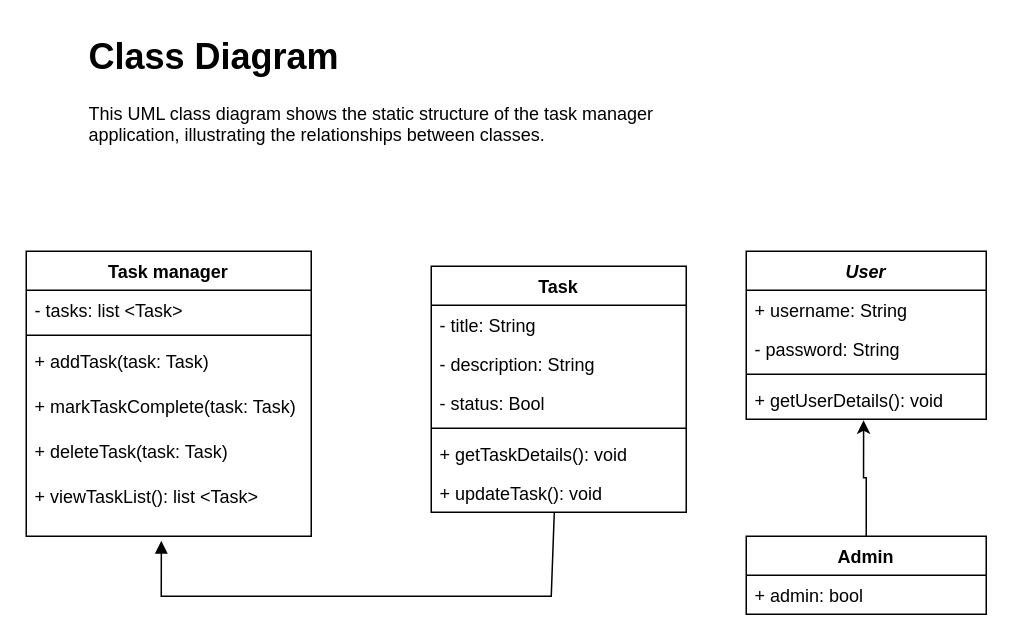
Above: page "Class" (3 of 4) of TaskManager/Task_Manager.drawio in GwinzTV/SoftwareDesign (draw.io), before the change. Source tidied: cells renumbered, new cells numbered last; positions are measured from the earlier drawing's top-left corner, leaving out a move shared by most shapes. Both pictures are drawn from the tidied source at 150%, with x=0, y=0 at pixel (26, 26).
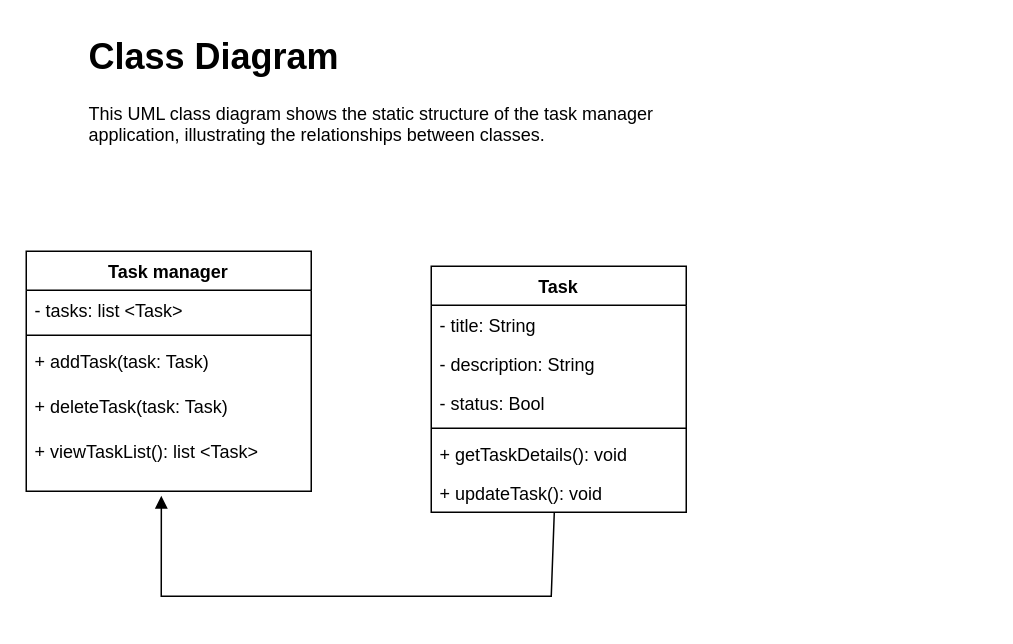
The same diagram, later.

The edit, as a diff of the source:
```diff
@@
     <mxCell id="3" value="Task manager" style="swimlane;fontStyle=1;align=center;verticalAlign=top;horizontal=1;startSize=26;whiteSpace=wrap;html=1;" parent="1" vertex="1">
-      <mxGeometry y="150" width="190" height="190" as="geometry" />
+      <mxGeometry y="150" width="190" height="160" as="geometry" />
     </mxCell>
@@
-    <mxCell id="7" value="+ markTaskComplete(task: Task)" style="text;strokeColor=none;fillColor=none;align=left;verticalAlign=top;spacingLeft=4;spacingRight=4;overflow=hidden;whiteSpace=wrap;html=1;" parent="3" vertex="1">
-      <mxGeometry y="90" width="190" height="30" as="geometry" />
-    </mxCell>
     <mxCell id="8" value="+ deleteTask(task: Task)" style="text;strokeColor=none;fillColor=none;align=left;verticalAlign=top;spacingLeft=4;spacingRight=4;overflow=hidden;whiteSpace=wrap;html=1;" parent="3" vertex="1">
-      <mxGeometry y="120" width="190" height="30" as="geometry" />
+      <mxGeometry y="90" width="190" height="30" as="geometry" />
     </mxCell>
     <mxCell id="9" value="+ viewTaskList(): list &amp;lt;Task&amp;gt;&amp;nbsp;" style="text;strokeColor=none;fillColor=none;align=left;verticalAlign=top;spacingLeft=4;spacingRight=4;overflow=hidden;points=[[0,0.5],[1,0.5]];portConstraint=eastwest;whiteSpace=wrap;html=1;" parent="3" vertex="1">
-      <mxGeometry y="150" width="190" height="40" as="geometry" />
+      <mxGeometry y="120" width="190" height="40" as="geometry" />
     </mxCell>
@@
-    <mxCell id="18" value="&lt;i&gt;User&lt;/i&gt;" style="swimlane;fontStyle=1;align=center;verticalAlign=top;horizontal=1;startSize=26;whiteSpace=wrap;html=1;" parent="1" vertex="1">
-      <mxGeometry x="480" y="150" width="160" height="112" as="geometry" />
-    </mxCell>
-    <mxCell id="19" value="+ username: String" style="text;strokeColor=none;fillColor=none;align=left;verticalAlign=top;spacingLeft=4;spacingRight=4;overflow=hidden;whiteSpace=wrap;html=1;" parent="18" vertex="1">
-      <mxGeometry y="26" width="160" height="26" as="geometry" />
-    </mxCell>
-    <mxCell id="20" value="- password: String" style="text;strokeColor=none;fillColor=none;align=left;verticalAlign=top;spacingLeft=4;spacingRight=4;overflow=hidden;whiteSpace=wrap;html=1;" parent="18" vertex="1">
-      <mxGeometry y="52" width="160" height="26" as="geometry" />
-    </mxCell>
-    <mxCell id="21" style="line;strokeWidth=1;fillColor=none;align=left;verticalAlign=middle;spacingTop=-1;spacingLeft=3;spacingRight=3;labelPosition=right;strokeColor=inherit;" parent="18" vertex="1">
-      <mxGeometry y="78" width="160" height="8" as="geometry" />
-    </mxCell>
-    <mxCell id="22" value="+ getUserDetails(): void" style="text;strokeColor=none;fillColor=none;align=left;verticalAlign=top;spacingLeft=4;spacingRight=4;overflow=hidden;points=[[0,0.5],[1,0.5]];portConstraint=eastwest;whiteSpace=wrap;html=1;" parent="18" vertex="1">
-      <mxGeometry y="86" width="160" height="26" as="geometry" />
-    </mxCell>
-    <mxCell id="23" value="Admin" style="swimlane;fontStyle=1;align=center;verticalAlign=top;horizontal=1;startSize=26;whiteSpace=wrap;html=1;" parent="1" vertex="1">
-      <mxGeometry x="480" y="340" width="160" height="52" as="geometry" />
-    </mxCell>
-    <mxCell id="24" value="+ admin: bool" style="text;strokeColor=none;fillColor=none;align=left;verticalAlign=top;spacingLeft=4;spacingRight=4;overflow=hidden;whiteSpace=wrap;html=1;" parent="23" vertex="1">
-      <mxGeometry y="26" width="160" height="26" as="geometry" />
-    </mxCell>
-    <mxCell id="25" style="edgeStyle=orthogonalEdgeStyle;rounded=0;jettySize=auto;html=1;exitX=0.5;exitY=0;exitDx=0;exitDy=0;entryX=0.489;entryY=1.027;entryDx=0;entryDy=0;entryPerimeter=0;" parent="1" edge="1" source="23" target="22">
-      <mxGeometry relative="1" as="geometry" />
-    </mxCell>
```
